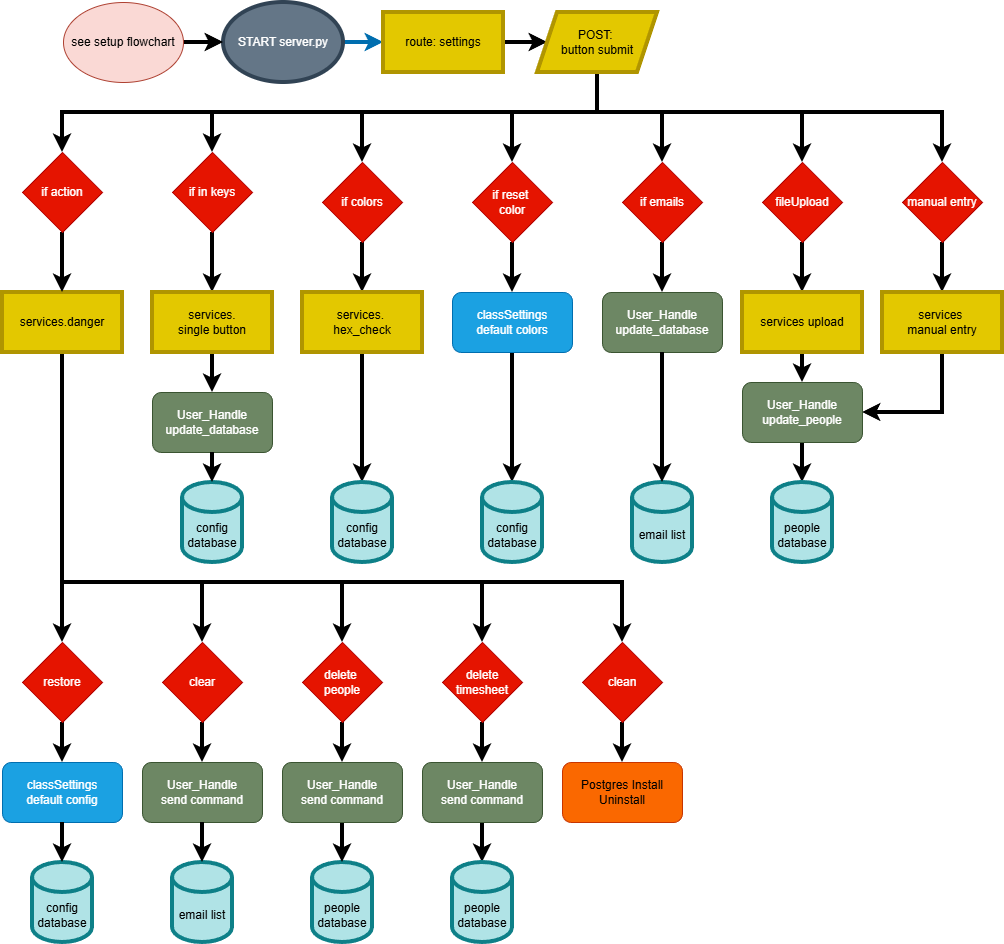
whitedragonstudios/Scanner keeps this draw.io diagram as planning/server_flowchart.drawio.png. Above is the earlier version. Source tidied: cells renumbered, new cells last; positions are measured from the earlier drawing's top-left corner, leaving out a move shared by most shapes.
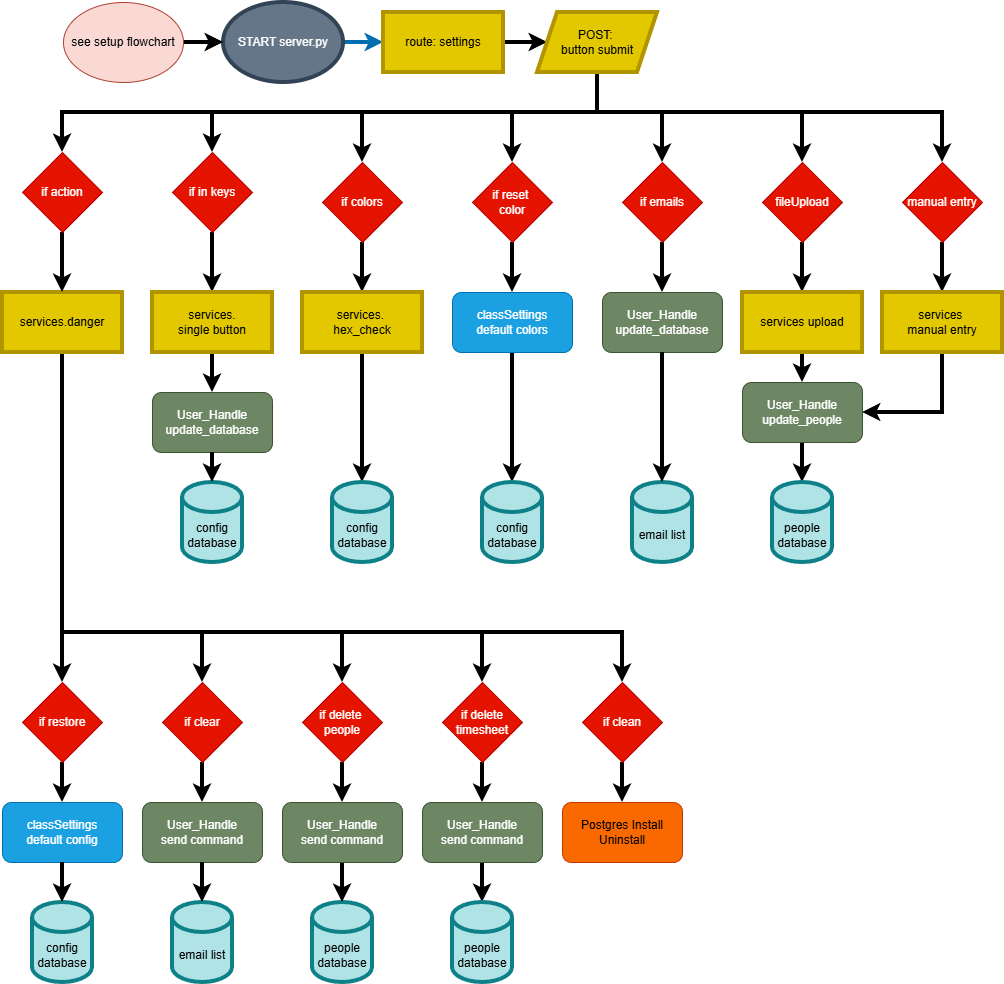
Later version of the same file.

Diff of the diagram source:
```diff
@@ -93,32 +93,32 @@
     <mxCell id="18" style="edgeStyle=orthogonalEdgeStyle;rounded=0;jettySize=auto;html=1;entryX=0.5;entryY=0;entryDx=0;entryDy=0;strokeWidth=4;" parent="1" edge="1" source="22" target="63">
       <mxGeometry relative="1" as="geometry">
         <Array as="points">
-          <mxPoint x="60" y="580" />
-          <mxPoint x="340" y="580" />
+          <mxPoint x="60" y="630" />
+          <mxPoint x="340" y="630" />
         </Array>
       </mxGeometry>
     </mxCell>
     <mxCell id="19" style="edgeStyle=orthogonalEdgeStyle;rounded=0;jettySize=auto;html=1;entryX=0.5;entryY=0;entryDx=0;entryDy=0;strokeWidth=4;" parent="1" edge="1" source="22" target="65">
       <mxGeometry relative="1" as="geometry">
         <Array as="points">
-          <mxPoint x="60" y="580" />
-          <mxPoint x="480" y="580" />
+          <mxPoint x="60" y="630" />
+          <mxPoint x="480" y="630" />
         </Array>
       </mxGeometry>
     </mxCell>
     <mxCell id="20" style="edgeStyle=orthogonalEdgeStyle;rounded=0;jettySize=auto;html=1;strokeWidth=4;entryX=0.5;entryY=0;entryDx=0;entryDy=0;" parent="1" edge="1" source="22" target="67">
       <mxGeometry relative="1" as="geometry">
         <Array as="points">
-          <mxPoint x="60" y="580" />
-          <mxPoint x="620" y="580" />
+          <mxPoint x="60" y="630" />
+          <mxPoint x="620" y="630" />
         </Array>
       </mxGeometry>
     </mxCell>
     <mxCell id="21" style="edgeStyle=orthogonalEdgeStyle;rounded=0;jettySize=auto;html=1;entryX=0.5;entryY=0;entryDx=0;entryDy=0;strokeWidth=4;" parent="1" edge="1" source="22" target="61">
       <mxGeometry relative="1" as="geometry">
         <Array as="points">
-          <mxPoint x="60" y="580" />
-          <mxPoint x="200" y="580" />
+          <mxPoint x="60" y="630" />
+          <mxPoint x="200" y="630" />
         </Array>
       </mxGeometry>
     </mxCell>
@@ -237,71 +237,71 @@
     <mxCell id="58" style="edgeStyle=orthogonalEdgeStyle;rounded=0;jettySize=auto;html=1;entryX=0.5;entryY=0;entryDx=0;entryDy=0;strokeWidth=4;" parent="1" edge="1" source="59" target="68">
       <mxGeometry relative="1" as="geometry" />
     </mxCell>
-    <mxCell id="59" value="restore" style="rhombus;whiteSpace=wrap;html=1;fillColor=#e51400;fontColor=#ffffff;strokeColor=#B20000;" parent="1" vertex="1">
-      <mxGeometry x="20" y="640" width="80" height="80" as="geometry" />
+    <mxCell id="59" value="if restore" style="rhombus;whiteSpace=wrap;html=1;fillColor=#e51400;fontColor=#ffffff;strokeColor=#B20000;" parent="1" vertex="1">
+      <mxGeometry x="20" y="680" width="80" height="80" as="geometry" />
     </mxCell>
     <mxCell id="60" style="edgeStyle=orthogonalEdgeStyle;rounded=0;jettySize=auto;html=1;exitX=0.5;exitY=1;exitDx=0;exitDy=0;entryX=0.5;entryY=0;entryDx=0;entryDy=0;strokeWidth=4;" parent="1" edge="1" source="61" target="71">
       <mxGeometry relative="1" as="geometry" />
     </mxCell>
-    <mxCell id="61" value="clear" style="rhombus;whiteSpace=wrap;html=1;fillColor=#e51400;fontColor=#ffffff;strokeColor=#B20000;" parent="1" vertex="1">
-      <mxGeometry x="160" y="640" width="80" height="80" as="geometry" />
+    <mxCell id="61" value="if clear" style="rhombus;whiteSpace=wrap;html=1;fillColor=#e51400;fontColor=#ffffff;strokeColor=#B20000;" parent="1" vertex="1">
+      <mxGeometry x="160" y="680" width="80" height="80" as="geometry" />
     </mxCell>
     <mxCell id="62" style="edgeStyle=orthogonalEdgeStyle;rounded=0;jettySize=auto;html=1;strokeWidth=4;" parent="1" edge="1" source="63" target="76">
       <mxGeometry relative="1" as="geometry" />
     </mxCell>
-    <mxCell id="63" value="delete&amp;nbsp;&lt;div&gt;people&lt;/div&gt;" style="rhombus;whiteSpace=wrap;html=1;fillColor=#e51400;fontColor=#ffffff;strokeColor=#B20000;" parent="1" vertex="1">
-      <mxGeometry x="300" y="640" width="80" height="80" as="geometry" />
+    <mxCell id="63" value="if delete&amp;nbsp;&lt;div&gt;people&lt;/div&gt;" style="rhombus;whiteSpace=wrap;html=1;fillColor=#e51400;fontColor=#ffffff;strokeColor=#B20000;" parent="1" vertex="1">
+      <mxGeometry x="300" y="680" width="80" height="80" as="geometry" />
     </mxCell>
     <mxCell id="64" style="edgeStyle=orthogonalEdgeStyle;rounded=0;jettySize=auto;html=1;strokeWidth=4;" parent="1" edge="1" source="65" target="78">
       <mxGeometry relative="1" as="geometry" />
     </mxCell>
-    <mxCell id="65" value="delete timesheet" style="rhombus;whiteSpace=wrap;html=1;fillColor=#e51400;fontColor=#ffffff;strokeColor=#B20000;" parent="1" vertex="1">
-      <mxGeometry x="440" y="640" width="80" height="80" as="geometry" />
+    <mxCell id="65" value="if delete timesheet" style="rhombus;whiteSpace=wrap;html=1;fillColor=#e51400;fontColor=#ffffff;strokeColor=#B20000;" parent="1" vertex="1">
+      <mxGeometry x="440" y="680" width="80" height="80" as="geometry" />
     </mxCell>
     <mxCell id="66" style="edgeStyle=orthogonalEdgeStyle;rounded=0;jettySize=auto;html=1;strokeWidth=4;" parent="1" edge="1" source="67" target="80">
       <mxGeometry relative="1" as="geometry" />
     </mxCell>
-    <mxCell id="67" value="clean" style="rhombus;whiteSpace=wrap;html=1;fillColor=#e51400;fontColor=#ffffff;strokeColor=#B20000;" parent="1" vertex="1">
-      <mxGeometry x="580" y="640" width="80" height="80" as="geometry" />
+    <mxCell id="67" value="if clean" style="rhombus;whiteSpace=wrap;html=1;fillColor=#e51400;fontColor=#ffffff;strokeColor=#B20000;" parent="1" vertex="1">
+      <mxGeometry x="580" y="680" width="80" height="80" as="geometry" />
     </mxCell>
     <mxCell id="68" value="classSettings&lt;div&gt;default config&lt;/div&gt;" style="rounded=1;whiteSpace=wrap;html=1;fillColor=#1ba1e2;fontColor=#ffffff;strokeColor=#006EAF;" parent="1" vertex="1">
-      <mxGeometry y="760" width="120" height="60" as="geometry" />
+      <mxGeometry y="800" width="120" height="60" as="geometry" />
     </mxCell>
     <mxCell id="69" value="config database" style="shape=cylinder3;whiteSpace=wrap;html=1;boundedLbl=1;backgroundOutline=1;size=15;strokeWidth=4;fillColor=#b0e3e6;strokeColor=#0e8088;" parent="1" vertex="1">
-      <mxGeometry x="30" y="860" width="60" height="80" as="geometry" />
+      <mxGeometry x="30" y="900" width="60" height="80" as="geometry" />
     </mxCell>
     <mxCell id="70" style="edgeStyle=orthogonalEdgeStyle;rounded=0;jettySize=auto;html=1;entryX=0.5;entryY=0;entryDx=0;entryDy=0;entryPerimeter=0;strokeWidth=4;" parent="1" edge="1" source="68" target="69">
       <mxGeometry relative="1" as="geometry" />
     </mxCell>
     <mxCell id="71" value="User_Handle&lt;div&gt;send command&lt;/div&gt;" style="rounded=1;whiteSpace=wrap;html=1;fillColor=#6d8764;fontColor=#ffffff;strokeColor=#3A5431;" parent="1" vertex="1">
-      <mxGeometry x="140" y="760" width="120" height="60" as="geometry" />
+      <mxGeometry x="140" y="800" width="120" height="60" as="geometry" />
     </mxCell>
     <mxCell id="72" value="email list" style="shape=cylinder3;whiteSpace=wrap;html=1;boundedLbl=1;backgroundOutline=1;size=15;strokeWidth=4;fillColor=#b0e3e6;strokeColor=#0e8088;" parent="1" vertex="1">
-      <mxGeometry x="170" y="860" width="60" height="80" as="geometry" />
+      <mxGeometry x="170" y="900" width="60" height="80" as="geometry" />
     </mxCell>
     <mxCell id="73" style="edgeStyle=orthogonalEdgeStyle;rounded=0;jettySize=auto;html=1;entryX=0.5;entryY=0;entryDx=0;entryDy=0;entryPerimeter=0;strokeWidth=4;" parent="1" edge="1" source="71" target="72">
       <mxGeometry relative="1" as="geometry" />
     </mxCell>
     <mxCell id="74" value="people database" style="shape=cylinder3;whiteSpace=wrap;html=1;boundedLbl=1;backgroundOutline=1;size=15;strokeWidth=4;fillColor=#b0e3e6;strokeColor=#0e8088;" parent="1" vertex="1">
-      <mxGeometry x="310" y="860" width="60" height="80" as="geometry" />
+      <mxGeometry x="310" y="900" width="60" height="80" as="geometry" />
     </mxCell>
     <mxCell id="75" style="edgeStyle=orthogonalEdgeStyle;rounded=0;jettySize=auto;html=1;strokeWidth=4;" parent="1" edge="1" source="76" target="74">
       <mxGeometry relative="1" as="geometry" />
     </mxCell>
     <mxCell id="76" value="User_Handle&lt;div&gt;send command&lt;/div&gt;" style="rounded=1;whiteSpace=wrap;html=1;fillColor=#6d8764;fontColor=#ffffff;strokeColor=#3A5431;" parent="1" vertex="1">
-      <mxGeometry x="280" y="760" width="120" height="60" as="geometry" />
+      <mxGeometry x="280" y="800" width="120" height="60" as="geometry" />
     </mxCell>
     <mxCell id="77" style="edgeStyle=orthogonalEdgeStyle;rounded=0;jettySize=auto;html=1;strokeWidth=4;" parent="1" edge="1" source="78" target="79">
       <mxGeometry relative="1" as="geometry" />
     </mxCell>
     <mxCell id="78" value="User_Handle&lt;div&gt;send command&lt;/div&gt;" style="rounded=1;whiteSpace=wrap;html=1;fillColor=#6d8764;fontColor=#ffffff;strokeColor=#3A5431;" parent="1" vertex="1">
-      <mxGeometry x="420" y="760" width="120" height="60" as="geometry" />
+      <mxGeometry x="420" y="800" width="120" height="60" as="geometry" />
     </mxCell>
     <mxCell id="79" value="people database" style="shape=cylinder3;whiteSpace=wrap;html=1;boundedLbl=1;backgroundOutline=1;size=15;strokeWidth=4;fillColor=#b0e3e6;strokeColor=#0e8088;" parent="1" vertex="1">
-      <mxGeometry x="450" y="860" width="60" height="80" as="geometry" />
+      <mxGeometry x="450" y="900" width="60" height="80" as="geometry" />
     </mxCell>
     <mxCell id="80" value="Postgres Install Uninstall" style="rounded=1;whiteSpace=wrap;html=1;fillColor=#fa6800;fontColor=#000000;strokeColor=#C73500;" parent="1" vertex="1">
-      <mxGeometry x="560" y="760" width="120" height="60" as="geometry" />
+      <mxGeometry x="560" y="800" width="120" height="60" as="geometry" />
     </mxCell>
   </root>
 </mxGraphModel>
```
